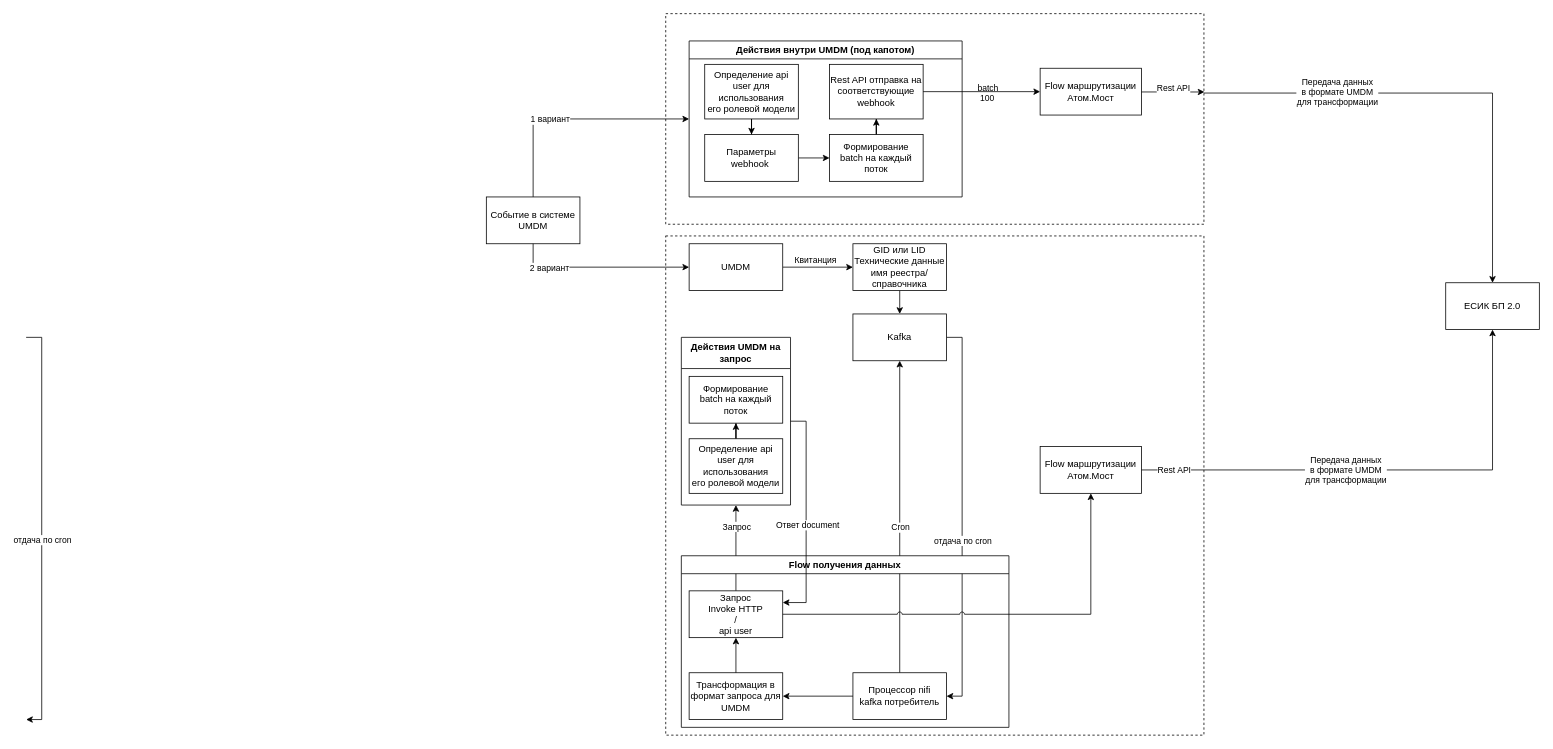
Grin5/drawIo keeps this draw.io diagram as Варианты отправки.drawio. Above is the earlier version. Source tidied: cells renumbered, new cells numbered last; positions are measured from the earlier drawing's top-left corner, leaving out a move shared by most shapes. Both pictures are drawn from the tidied source at 78%, with x=0, y=0 at pixel (26, 13).
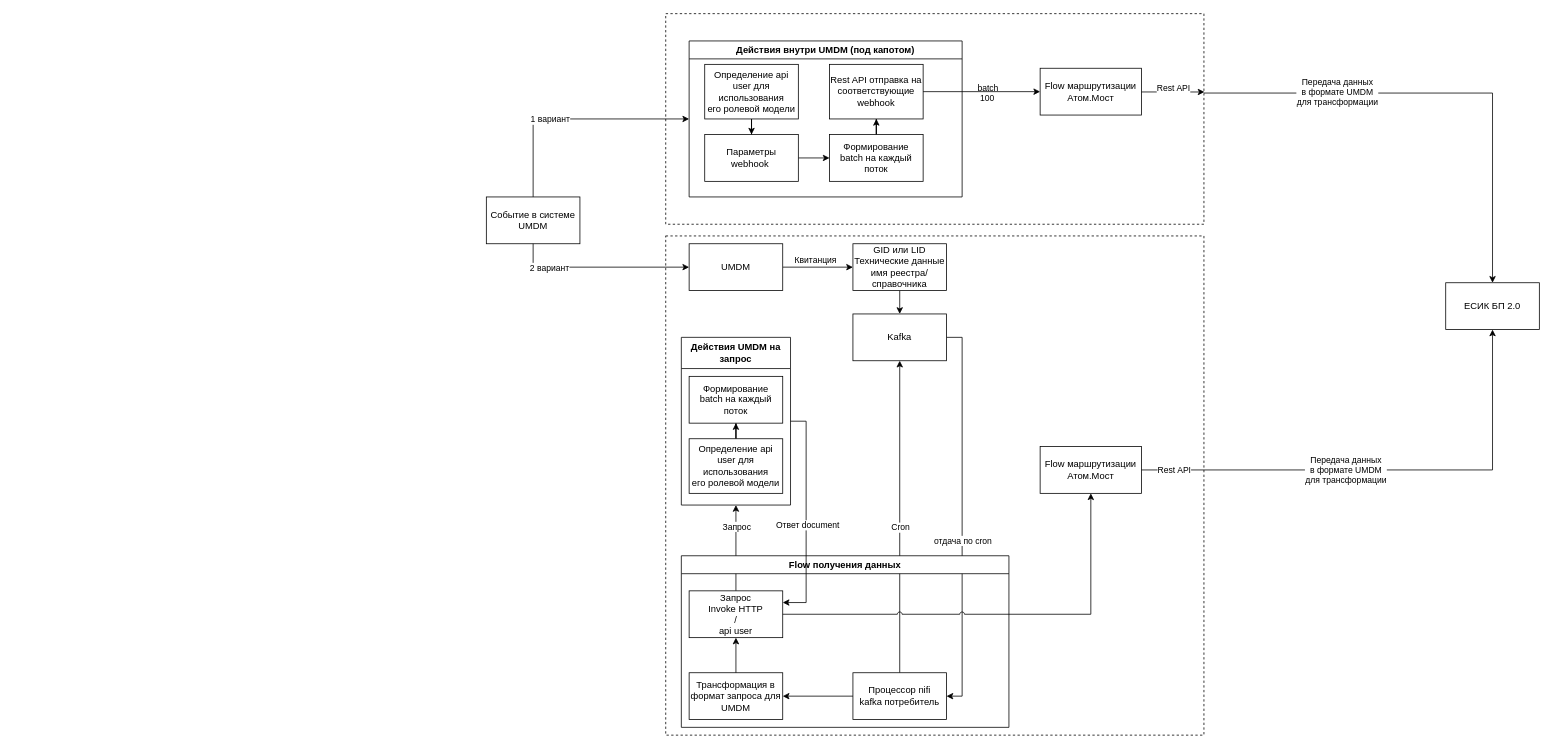
The same diagram, later.

Diff of the diagram source:
```diff
@@
-    <mxCell id="16" style="edgeStyle=orthogonalEdgeStyle;rounded=0;orthogonalLoop=1;jettySize=auto;html=1;entryX=1;entryY=0.5;entryDx=0;entryDy=0;exitX=1;exitY=0.5;exitDx=0;exitDy=0;" parent="1" edge="1">
-      <mxGeometry relative="1" as="geometry">
-        <mxPoint y="415" as="sourcePoint" />
-        <mxPoint y="905" as="targetPoint" />
-        <Array as="points">
-          <mxPoint x="20" y="415" />
-          <mxPoint x="20" y="905" />
-        </Array>
-      </mxGeometry>
-    </mxCell>
-    <mxCell id="17" value="отдача по cron" style="edgeLabel;html=1;align=center;verticalAlign=middle;" parent="16" vertex="1">
-      <mxGeometry x="0.04" y="1" relative="1" as="geometry">
-        <mxPoint x="-1" y="3" as="offset" />
-      </mxGeometry>
-    </mxCell>
```
